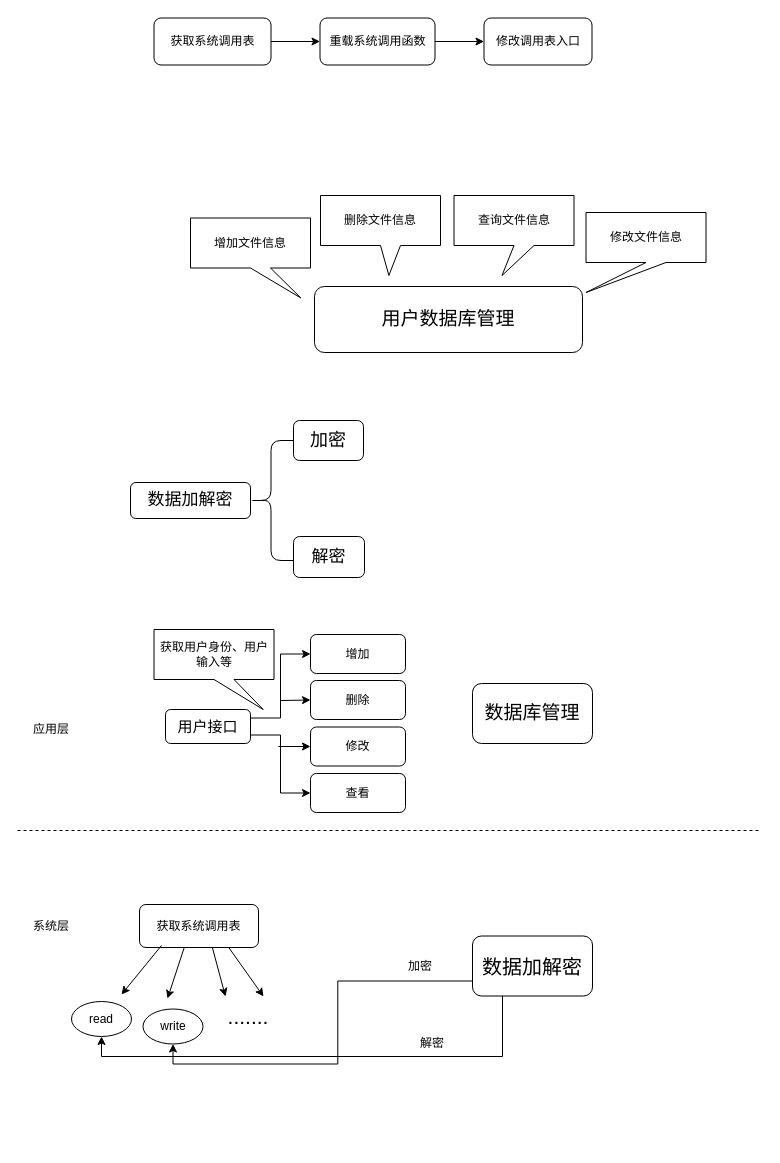
Earlier version of the draw.io diagram 未命名表单.drawio (liuliuliuzy/my-repo). Source tidied: cells renumbered, new cells numbered last; positions are measured from the earlier drawing's top-left corner, leaving out a move shared by most shapes. Both pictures are drawn from the tidied source at 100%, with x=0, y=0 at pixel (17, 18).
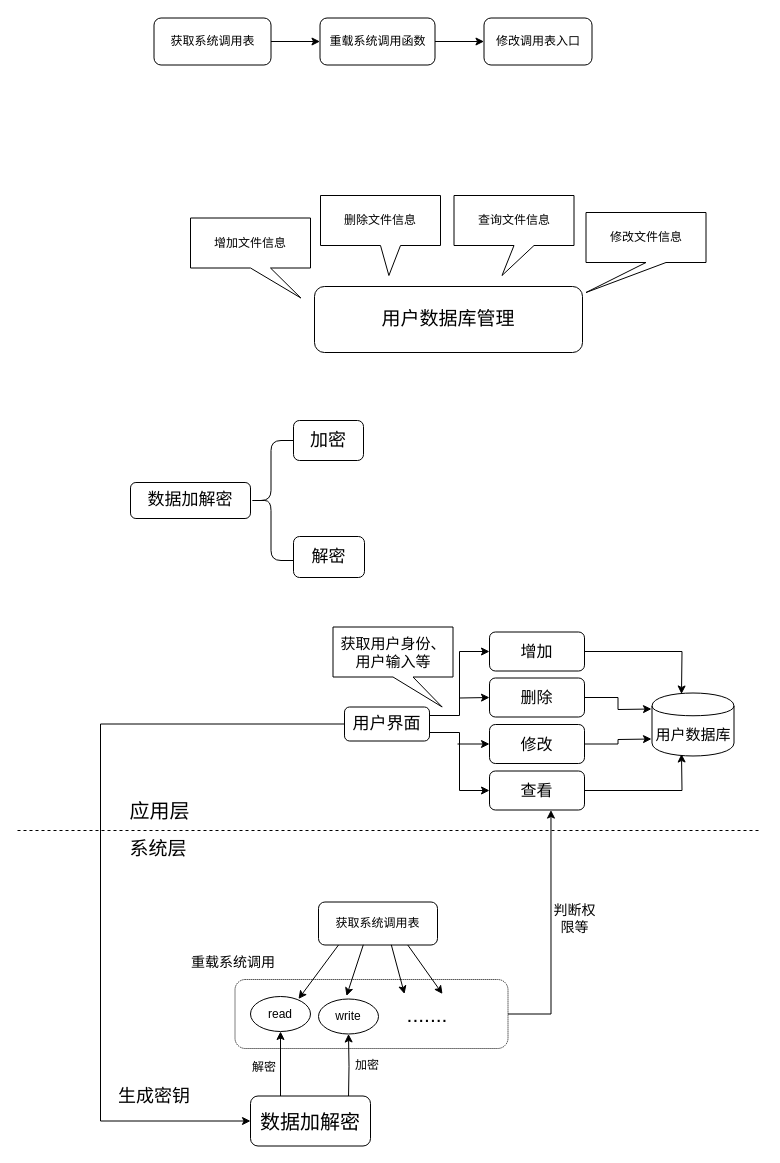
The same page after the edit.

Commit message:
更新未命名表单.drawio

Diff of the diagram source:
```diff
@@
-    <mxCell id="17" value="应用层" style="text;html=1;strokeColor=none;fillColor=none;align=center;verticalAlign=middle;whiteSpace=wrap;rounded=0;" parent="1" vertex="1">
-      <mxGeometry x="14" y="701" width="40" height="20" as="geometry" />
+    <mxCell id="17" value="&lt;font style=&quot;font-size: 20px&quot;&gt;应用层&lt;/font&gt;" style="text;html=1;strokeColor=none;fillColor=none;align=center;verticalAlign=middle;whiteSpace=wrap;rounded=0;" parent="1" vertex="1">
+      <mxGeometry x="107" y="781.5" width="71" height="20" as="geometry" />
     </mxCell>
@@
+    <mxCell id="43" style="edgeStyle=orthogonalEdgeStyle;rounded=0;jettySize=auto;html=1;exitX=0;exitY=0.5;exitDx=0;exitDy=0;entryX=0;entryY=0.5;entryDx=0;entryDy=0;" parent="1" edge="1" source="20" target="40">
+      <mxGeometry relative="1" as="geometry">
+        <Array as="points">
+          <mxPoint x="83" y="706" />
+          <mxPoint x="83" y="1103" />
+        </Array>
+      </mxGeometry>
+    </mxCell>
-    <mxCell id="20" value="&lt;font style=&quot;font-size: 15px&quot;&gt;用户接口&lt;/font&gt;" style="rounded=1;whiteSpace=wrap;html=1;" parent="1" vertex="1">
-      <mxGeometry x="148" y="691" width="85" height="34" as="geometry" />
+    <mxCell id="20" value="&lt;font style=&quot;font-size: 17px&quot;&gt;用户界面&lt;/font&gt;" style="rounded=1;whiteSpace=wrap;html=1;" parent="1" vertex="1">
+      <mxGeometry x="327" y="688.5" width="85" height="34" as="geometry" />
     </mxCell>
+    <mxCell id="44" style="edgeStyle=orthogonalEdgeStyle;rounded=0;jettySize=auto;html=1;exitX=1;exitY=0.5;exitDx=0;exitDy=0;entryX=0.25;entryY=0;entryDx=0;entryDy=0;" parent="1" edge="1" source="21">
+      <mxGeometry relative="1" as="geometry">
+        <mxPoint x="664" y="675.5" as="targetPoint" />
+      </mxGeometry>
+    </mxCell>
-    <mxCell id="21" value="增加" style="rounded=1;whiteSpace=wrap;html=1;" parent="1" vertex="1">
-      <mxGeometry x="293" y="616" width="95" height="39" as="geometry" />
+    <mxCell id="21" value="&lt;font style=&quot;font-size: 16px&quot;&gt;增加&lt;/font&gt;" style="rounded=1;whiteSpace=wrap;html=1;" parent="1" vertex="1">
+      <mxGeometry x="472" y="613.5" width="95" height="39" as="geometry" />
     </mxCell>
+    <mxCell id="45" style="edgeStyle=orthogonalEdgeStyle;rounded=0;jettySize=auto;html=1;exitX=1;exitY=0.5;exitDx=0;exitDy=0;entryX=0;entryY=0.25;entryDx=0;entryDy=0;" parent="1" edge="1" source="22">
+      <mxGeometry relative="1" as="geometry">
+        <mxPoint x="634" y="690.5" as="targetPoint" />
+      </mxGeometry>
+    </mxCell>
-    <mxCell id="22" value="删除" style="rounded=1;whiteSpace=wrap;html=1;" parent="1" vertex="1">
-      <mxGeometry x="293" y="662" width="95" height="39" as="geometry" />
+    <mxCell id="22" value="&lt;font style=&quot;font-size: 16px&quot;&gt;删除&lt;/font&gt;" style="rounded=1;whiteSpace=wrap;html=1;" parent="1" vertex="1">
+      <mxGeometry x="472" y="659.5" width="95" height="39" as="geometry" />
     </mxCell>
+    <mxCell id="46" style="edgeStyle=orthogonalEdgeStyle;rounded=0;jettySize=auto;html=1;exitX=1;exitY=0.5;exitDx=0;exitDy=0;entryX=0;entryY=0.75;entryDx=0;entryDy=0;" parent="1" edge="1" source="23">
+      <mxGeometry relative="1" as="geometry">
+        <mxPoint x="634" y="720.5" as="targetPoint" />
+      </mxGeometry>
+    </mxCell>
-    <mxCell id="23" value="修改" style="rounded=1;whiteSpace=wrap;html=1;" parent="1" vertex="1">
-      <mxGeometry x="293" y="708.5" width="95" height="39" as="geometry" />
+    <mxCell id="23" value="&lt;font style=&quot;font-size: 16px&quot;&gt;修改&lt;/font&gt;" style="rounded=1;whiteSpace=wrap;html=1;" parent="1" vertex="1">
+      <mxGeometry x="472" y="706" width="95" height="39" as="geometry" />
     </mxCell>
+    <mxCell id="47" style="edgeStyle=orthogonalEdgeStyle;rounded=0;jettySize=auto;html=1;exitX=1;exitY=0.5;exitDx=0;exitDy=0;entryX=0.25;entryY=1;entryDx=0;entryDy=0;" parent="1" edge="1" source="24">
+      <mxGeometry relative="1" as="geometry">
+        <mxPoint x="664" y="735.5" as="targetPoint" />
+      </mxGeometry>
+    </mxCell>
-    <mxCell id="24" value="查看" style="rounded=1;whiteSpace=wrap;html=1;" parent="1" vertex="1">
-      <mxGeometry x="293" y="755" width="95" height="39" as="geometry" />
+    <mxCell id="24" value="&lt;font style=&quot;font-size: 16px&quot;&gt;查看&lt;/font&gt;" style="rounded=1;whiteSpace=wrap;html=1;" parent="1" vertex="1">
+      <mxGeometry x="472" y="752.5" width="95" height="39" as="geometry" />
     </mxCell>
-    <mxCell id="25" value="&lt;font style=&quot;font-size: 19px&quot;&gt;数据库管理&lt;/font&gt;" style="rounded=1;whiteSpace=wrap;html=1;rotation=0;" parent="1" vertex="1">
-      <mxGeometry x="455" y="665" width="120" height="60" as="geometry" />
-    </mxCell>
-    <mxCell id="26" value="系统层" style="text;html=1;strokeColor=none;fillColor=none;align=center;verticalAlign=middle;whiteSpace=wrap;rounded=0;" parent="1" vertex="1">
-      <mxGeometry x="14" y="897.5" width="40" height="20" as="geometry" />
+    <mxCell id="26" value="&lt;font style=&quot;font-size: 19px&quot;&gt;系统层&lt;/font&gt;" style="text;html=1;strokeColor=none;fillColor=none;align=center;verticalAlign=middle;whiteSpace=wrap;rounded=0;" parent="1" vertex="1">
+      <mxGeometry x="107" y="821" width="68" height="20" as="geometry" />
     </mxCell>
-    <mxCell id="27" value="获取用户身份、用户输入等" style="shape=callout;whiteSpace=wrap;html=1;perimeter=calloutPerimeter;position2=0.91;" parent="1" vertex="1">
-      <mxGeometry x="136.5" y="611" width="120" height="80" as="geometry" />
+    <mxCell id="27" value="&lt;font style=&quot;font-size: 15px&quot;&gt;获取用户身份、用户输入等&lt;/font&gt;" style="shape=callout;whiteSpace=wrap;html=1;perimeter=calloutPerimeter;position2=0.91;" parent="1" vertex="1">
+      <mxGeometry x="315.5" y="608.5" width="120" height="80" as="geometry" />
     </mxCell>
     <mxCell id="28" style="endArrow=classic;html=1;entryX=0;entryY=0.5;entryDx=0;entryDy=0;" parent="1" edge="1" target="22">
       <mxGeometry relative="1" as="geometry">
-        <mxPoint x="263" y="682" as="sourcePoint" />
+        <mxPoint x="442" y="679.5" as="sourcePoint" />
       </mxGeometry>
     </mxCell>
     <mxCell id="29" style="endArrow=classic;html=1;entryX=0;entryY=0.5;entryDx=0;entryDy=0;" parent="1" edge="1" target="23">
       <mxGeometry relative="1" as="geometry">
-        <mxPoint x="261" y="728" as="sourcePoint" />
+        <mxPoint x="440" y="725.5" as="sourcePoint" />
       </mxGeometry>
     </mxCell>
     <mxCell id="30" value="获取系统调用表" style="rounded=1;whiteSpace=wrap;html=1;" parent="1" vertex="1">
-      <mxGeometry x="122" y="886" width="119" height="43" as="geometry" />
+      <mxGeometry x="301" y="883.5" width="119" height="43" as="geometry" />
     </mxCell>
-    <mxCell id="31" style="endArrow=classic;html=1;" parent="1" edge="1">
+    <mxCell id="31" style="endArrow=classic;html=1;exitX=0.168;exitY=1;exitDx=0;exitDy=0;exitPerimeter=0;" parent="1" edge="1" source="30">
       <mxGeometry relative="1" as="geometry">
-        <mxPoint x="144" y="927" as="sourcePoint" />
-        <mxPoint x="104" y="976" as="targetPoint" />
+        <mxPoint x="281" y="980.5" as="targetPoint" />
       </mxGeometry>
     </mxCell>
     <mxCell id="32" style="endArrow=classic;html=1;exitX=0.187;exitY=1.076;exitDx=0;exitDy=0;exitPerimeter=0;" parent="1" edge="1">
       <mxGeometry relative="1" as="geometry">
-        <mxPoint x="166.8" y="928.8" as="sourcePoint" />
-        <mxPoint x="150" y="980" as="targetPoint" />
+        <mxPoint x="345.8" y="926.3" as="sourcePoint" />
+        <mxPoint x="329" y="977.5" as="targetPoint" />
       </mxGeometry>
     </mxCell>
     <mxCell id="33" style="endArrow=classic;html=1;exitX=0.187;exitY=1.076;exitDx=0;exitDy=0;exitPerimeter=0;" parent="1" edge="1">
       <mxGeometry relative="1" as="geometry">
-        <mxPoint x="194.8" y="928.8" as="sourcePoint" />
-        <mxPoint x="208" y="978" as="targetPoint" />
+        <mxPoint x="373.8" y="926.3" as="sourcePoint" />
+        <mxPoint x="387" y="975.5" as="targetPoint" />
       </mxGeometry>
     </mxCell>
     <mxCell id="34" style="endArrow=classic;html=1;exitX=0.75;exitY=1;exitDx=0;exitDy=0;" parent="1" edge="1" source="30">
       <mxGeometry relative="1" as="geometry">
-        <mxPoint x="246" y="978" as="targetPoint" />
+        <mxPoint x="425" y="975.5" as="targetPoint" />
       </mxGeometry>
     </mxCell>
     <mxCell id="35" value="read" style="ellipse;whiteSpace=wrap;html=1;" parent="1" vertex="1">
-      <mxGeometry x="54" y="983" width="60" height="35" as="geometry" />
+      <mxGeometry x="233" y="978" width="60" height="35" as="geometry" />
     </mxCell>
     <mxCell id="36" value="write" style="ellipse;whiteSpace=wrap;html=1;" parent="1" vertex="1">
-      <mxGeometry x="125.5" y="990.5" width="60" height="35" as="geometry" />
+      <mxGeometry x="301" y="980.5" width="60" height="35" as="geometry" />
     </mxCell>
     <mxCell id="37" value="&lt;font style=&quot;font-size: 21px&quot;&gt;.......&lt;/font&gt;" style="text;html=1;strokeColor=none;fillColor=none;align=center;verticalAlign=middle;whiteSpace=wrap;rounded=0;" parent="1" vertex="1">
-      <mxGeometry x="211" y="988" width="40" height="20" as="geometry" />
+      <mxGeometry x="390" y="985.5" width="40" height="20" as="geometry" />
     </mxCell>
-    <mxCell id="38" style="edgeStyle=orthogonalEdgeStyle;rounded=0;jettySize=auto;html=1;exitX=0.25;exitY=1;exitDx=0;exitDy=0;entryX=0.5;entryY=1;entryDx=0;entryDy=0;" parent="1" edge="1" source="40" target="35">
+    <mxCell id="38" style="edgeStyle=orthogonalEdgeStyle;rounded=0;jettySize=auto;html=1;exitX=0.25;exitY=0;exitDx=0;exitDy=0;entryX=0.5;entryY=1;entryDx=0;entryDy=0;" parent="1" edge="1" source="40" target="35">
       <mxGeometry relative="1" as="geometry" />
     </mxCell>
-    <mxCell id="39" style="edgeStyle=orthogonalEdgeStyle;rounded=0;jettySize=auto;html=1;exitX=0;exitY=0.75;exitDx=0;exitDy=0;entryX=0.5;entryY=1;entryDx=0;entryDy=0;" parent="1" edge="1" source="40" target="36">
-      <mxGeometry relative="1" as="geometry" />
+    <mxCell id="39" style="edgeStyle=orthogonalEdgeStyle;rounded=0;jettySize=auto;html=1;entryX=0.5;entryY=1;entryDx=0;entryDy=0;" parent="1" edge="1" target="36">
+      <mxGeometry relative="1" as="geometry">
+        <mxPoint x="331" y="1080" as="sourcePoint" />
+      </mxGeometry>
     </mxCell>
     <mxCell id="40" value="&lt;font style=&quot;font-size: 20px&quot;&gt;数据加解密&lt;/font&gt;" style="rounded=1;whiteSpace=wrap;html=1;" parent="1" vertex="1">
-      <mxGeometry x="455" y="917.5" width="120" height="60" as="geometry" />
+      <mxGeometry x="233" y="1077.5" width="120" height="50" as="geometry" />
     </mxCell>
     <mxCell id="41" value="加密" style="text;html=1;strokeColor=none;fillColor=none;align=center;verticalAlign=middle;whiteSpace=wrap;rounded=0;" parent="1" vertex="1">
-      <mxGeometry x="383" y="938" width="40" height="20" as="geometry" />
+      <mxGeometry x="329.5" y="1036.5" width="40" height="20" as="geometry" />
     </mxCell>
     <mxCell id="42" value="解密" style="text;html=1;align=left;verticalAlign=top;spacingTop=-4;" parent="1" vertex="1">
-      <mxGeometry x="401" y="1015" width="34" height="14" as="geometry" />
+      <mxGeometry x="233" y="1038.5" width="34" height="14" as="geometry" />
     </mxCell>
+    <mxCell id="48" value="&lt;font style=&quot;font-size: 15px&quot;&gt;用户数据库&lt;/font&gt;" style="shape=cylinder;whiteSpace=wrap;html=1;boundedLbl=1;backgroundOutline=1;" parent="1" vertex="1">
+      <mxGeometry x="634.5" y="674.5" width="82" height="63" as="geometry" />
+    </mxCell>
+    <mxCell id="49" value="&lt;font style=&quot;font-size: 14px&quot;&gt;重载系统调用&lt;/font&gt;" style="text;html=1;strokeColor=none;fillColor=none;align=center;verticalAlign=middle;whiteSpace=wrap;rounded=0;" parent="1" vertex="1">
+      <mxGeometry x="173" y="933.5" width="86" height="20" as="geometry" />
+    </mxCell>
+    <mxCell id="50" style="edgeStyle=orthogonalEdgeStyle;rounded=0;jettySize=auto;html=1;exitX=1;exitY=0.5;exitDx=0;exitDy=0;entryX=0.647;entryY=1.002;entryDx=0;entryDy=0;entryPerimeter=0;" parent="1" edge="1" source="51" target="24">
+      <mxGeometry relative="1" as="geometry" />
+    </mxCell>
+    <mxCell id="51" style="rounded=1;whiteSpace=wrap;html=1;fillColor=none;dashed=1;dashPattern=1 1;" parent="1" vertex="1">
+      <mxGeometry x="217.5" y="961" width="273" height="69" as="geometry" />
+    </mxCell>
+    <mxCell id="52" value="&lt;font style=&quot;font-size: 14px&quot;&gt;判断权限等&lt;/font&gt;" style="text;html=1;strokeColor=none;fillColor=none;align=center;verticalAlign=middle;whiteSpace=wrap;rounded=0;dashed=1;dashPattern=1 1;" parent="1" vertex="1">
+      <mxGeometry x="535" y="889.5" width="45" height="20" as="geometry" />
+    </mxCell>
+    <mxCell id="53" value="&lt;font style=&quot;font-size: 18px&quot;&gt;生成密钥&lt;/font&gt;" style="text;html=1;strokeColor=none;fillColor=none;align=center;verticalAlign=middle;whiteSpace=wrap;rounded=0;dashed=1;dashPattern=1 1;" parent="1" vertex="1">
+      <mxGeometry x="70.5" y="1067.5" width="132" height="20" as="geometry" />
+    </mxCell>
```
